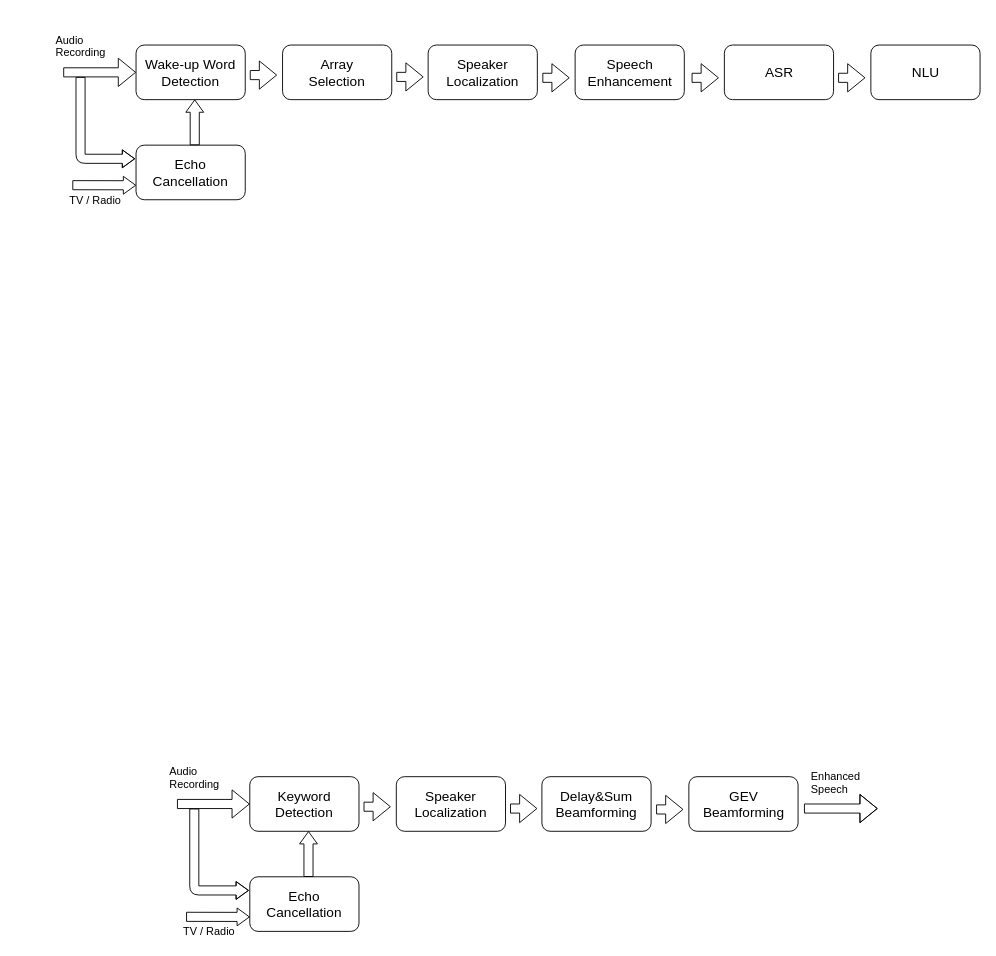
Before: page "Page-1" (1 of 2) of vocadom_doa_se.drawio in sunits/Random, a draw.io diagram. Source tidied: cells renumbered, new cells numbered last; positions are measured from the earlier drawing's top-left corner, leaving out a move shared by most shapes. Both pictures are drawn from the tidied source at 91%, with x=0, y=0 at pixel (43, 31).
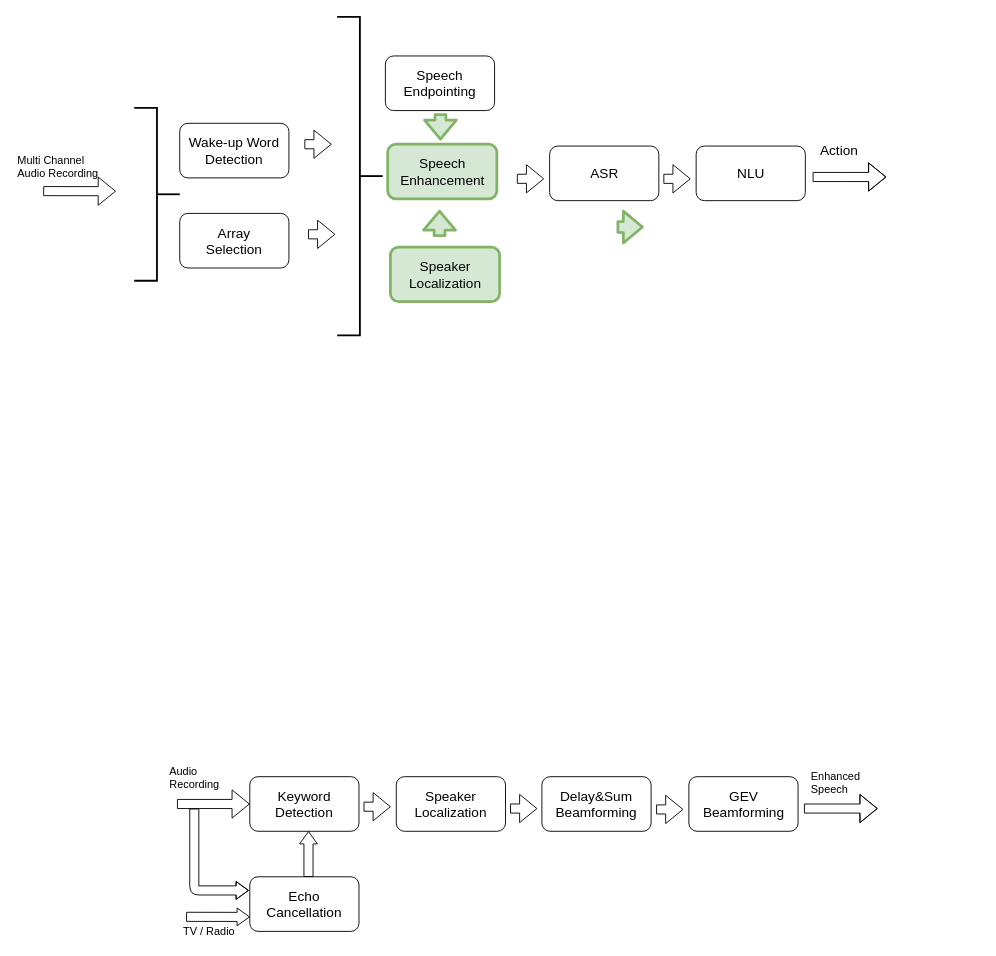
The same diagram, later.

What changed in the source:
```diff
@@
     <mxCell id="2" value="&lt;div style=&quot;font-size: 15px&quot;&gt;&lt;font style=&quot;font-size: 15px&quot;&gt;Array &lt;br&gt;&lt;/font&gt;&lt;/div&gt;&lt;div style=&quot;font-size: 15px&quot;&gt;&lt;font style=&quot;font-size: 15px&quot;&gt;Selection&lt;/font&gt;&lt;/div&gt;" style="rounded=1;whiteSpace=wrap;html=1;comic=0;" parent="1" vertex="1">
-      <mxGeometry x="263" y="15" width="120" height="60" as="geometry" />
+      <mxGeometry x="150" y="200" width="120" height="60" as="geometry" />
     </mxCell>
     <mxCell id="3" value="&lt;div style=&quot;font-size: 15px&quot;&gt;&lt;font style=&quot;font-size: 15px&quot;&gt;Wake-up Word&lt;br&gt;&lt;/font&gt;&lt;/div&gt;&lt;div style=&quot;font-size: 15px&quot;&gt;&lt;font style=&quot;font-size: 15px&quot;&gt;Detection&lt;br&gt;&lt;/font&gt;&lt;/div&gt;" style="rounded=1;whiteSpace=wrap;html=1;comic=0;" parent="1" vertex="1">
-      <mxGeometry x="102" y="15" width="120" height="60" as="geometry" />
+      <mxGeometry x="150" y="101" width="120" height="60" as="geometry" />
     </mxCell>
-    <mxCell id="4" value="&lt;div style=&quot;font-size: 15px&quot;&gt;&lt;font style=&quot;font-size: 15px&quot;&gt;Speaker&lt;/font&gt;&lt;/div&gt;&lt;div style=&quot;font-size: 15px&quot;&gt;&lt;font style=&quot;font-size: 15px&quot;&gt;Localization&lt;/font&gt;&lt;/div&gt;" style="rounded=1;whiteSpace=wrap;html=1;comic=0;" parent="1" vertex="1">
-      <mxGeometry x="423" y="15" width="120" height="60" as="geometry" />
+    <mxCell id="4" value="&lt;div style=&quot;font-size: 15px&quot;&gt;&lt;font style=&quot;font-size: 15px&quot;&gt;Speaker&lt;/font&gt;&lt;/div&gt;&lt;div style=&quot;font-size: 15px&quot;&gt;&lt;font style=&quot;font-size: 15px&quot;&gt;Localization&lt;/font&gt;&lt;/div&gt;" style="rounded=1;whiteSpace=wrap;html=1;comic=0;fillColor=#d5e8d4;strokeColor=#82b366;strokeWidth=3;" parent="1" vertex="1">
+      <mxGeometry x="381.5" y="237" width="120" height="60" as="geometry" />
     </mxCell>
-    <mxCell id="5" value="&lt;div style=&quot;font-size: 15px&quot;&gt;&lt;font style=&quot;font-size: 15px&quot;&gt;Speech &lt;br&gt;&lt;/font&gt;&lt;/div&gt;&lt;div style=&quot;font-size: 15px&quot;&gt;&lt;font style=&quot;font-size: 15px&quot;&gt;Enhancement&lt;br&gt;&lt;/font&gt;&lt;/div&gt;" style="rounded=1;whiteSpace=wrap;html=1;comic=0;" parent="1" vertex="1">
-      <mxGeometry x="584.5" y="15" width="120" height="60" as="geometry" />
+    <mxCell id="5" value="&lt;div style=&quot;font-size: 15px&quot;&gt;&lt;font style=&quot;font-size: 15px&quot;&gt;Speech &lt;br&gt;&lt;/font&gt;&lt;/div&gt;&lt;div style=&quot;font-size: 15px&quot;&gt;&lt;font style=&quot;font-size: 15px&quot;&gt;Enhancement&lt;br&gt;&lt;/font&gt;&lt;/div&gt;" style="rounded=1;whiteSpace=wrap;html=1;comic=0;fillColor=#d5e8d4;strokeColor=#82b366;strokeWidth=3;" parent="1" vertex="1">
+      <mxGeometry x="378.5" y="124" width="120" height="60" as="geometry" />
     </mxCell>
     <mxCell id="6" style="shape=flexArrow;endArrow=classic;html=1;" parent="1" edge="1">
       <mxGeometry relative="1" as="geometry">
-        <mxPoint x="227" y="48" as="sourcePoint" />
-        <mxPoint x="257" y="48" as="targetPoint" />
+        <mxPoint x="287" y="124" as="sourcePoint" />
+        <mxPoint x="317" y="124" as="targetPoint" />
       </mxGeometry>
     </mxCell>
     <mxCell id="7" style="shape=flexArrow;endArrow=classic;html=1;" parent="1" edge="1">
       <mxGeometry relative="1" as="geometry">
-        <mxPoint x="388" y="50" as="sourcePoint" />
-        <mxPoint x="418" y="50" as="targetPoint" />
+        <mxPoint x="291" y="223" as="sourcePoint" />
+        <mxPoint x="321" y="223" as="targetPoint" />
       </mxGeometry>
     </mxCell>
-    <mxCell id="8" style="shape=flexArrow;endArrow=classic;html=1;" parent="1" edge="1">
-      <mxGeometry relative="1" as="geometry">
-        <mxPoint x="548.5" y="51" as="sourcePoint" />
-        <mxPoint x="578.5" y="51" as="targetPoint" />
-      </mxGeometry>
-    </mxCell>
-    <mxCell id="9" value="&lt;font style=&quot;font-size: 15px&quot;&gt;Echo Cancellation&lt;/font&gt;" style="rounded=1;whiteSpace=wrap;html=1;comic=0;" parent="1" vertex="1">
-      <mxGeometry x="102" y="125" width="120" height="60" as="geometry" />
-    </mxCell>
-    <mxCell id="10" value="&lt;font style=&quot;font-size: 12px&quot;&gt;TV / Radio&lt;/font&gt;" style="text;html=1;strokeColor=none;fillColor=none;align=center;verticalAlign=middle;whiteSpace=wrap;rounded=0;" parent="1" vertex="1">
-      <mxGeometry y="176" width="115" height="20" as="geometry" />
-    </mxCell>
-    <mxCell id="11" style="shape=flexArrow;endArrow=classic;html=1;entryX=0;entryY=0.5;entryDx=0;entryDy=0;" parent="1" edge="1" target="3">
+    <mxCell id="11" style="shape=flexArrow;endArrow=classic;html=1;entryX=0;entryY=0.5;entryDx=0;entryDy=0;" parent="1" edge="1">
       <mxGeometry relative="1" as="geometry">
-        <mxPoint x="22" y="45" as="sourcePoint" />
+        <mxPoint y="175.5" as="sourcePoint" />
+        <mxPoint x="79.9" y="175.6" as="targetPoint" />
       </mxGeometry>
     </mxCell>
-    <mxCell id="12" style="shape=flexArrow;endArrow=classic;html=1;endWidth=8.604651162790699;endSize=4.186046511627907;exitX=0.537;exitY=0.02;exitDx=0;exitDy=0;exitPerimeter=0;entryX=0.538;entryY=1.013;entryDx=0;entryDy=0;entryPerimeter=0;" parent="1" edge="1">
-      <mxGeometry relative="1" as="geometry">
-        <mxPoint x="166.5" y="125.2" as="sourcePoint" />
-        <mxPoint x="166.5" y="74.8" as="targetPoint" />
-      </mxGeometry>
-    </mxCell>
-    <mxCell id="13" value="&lt;div&gt;&lt;font style=&quot;font-size: 12px&quot;&gt;Audio &lt;br&gt;&lt;/font&gt;&lt;/div&gt;&lt;div&gt;&lt;font style=&quot;font-size: 12px&quot;&gt;Recording&lt;/font&gt;&lt;/div&gt;" style="text;html=1;align=left;verticalAlign=top;spacingTop=-4;" parent="1" vertex="1">
-      <mxGeometry x="12" width="70" height="30" as="geometry" />
+    <mxCell id="13" value="&lt;div&gt;&lt;font style=&quot;font-size: 12px&quot;&gt;Multi Channel&amp;nbsp; &lt;br&gt;&lt;/font&gt;&lt;/div&gt;&lt;div&gt;&lt;font style=&quot;font-size: 12px&quot;&gt;Audio Recording&lt;/font&gt;&lt;/div&gt;" style="text;html=1;align=left;verticalAlign=top;spacingTop=-4;" parent="1" vertex="1">
+      <mxGeometry x="-30" y="131.5" width="100" height="30" as="geometry" />
     </mxCell>
-    <mxCell id="14" style="shape=flexArrow;endArrow=classic;html=1;endWidth=8.604651162790699;endSize=4.186046511627907;" parent="1" edge="1">
-      <mxGeometry relative="1" as="geometry">
-        <mxPoint x="41" y="50" as="sourcePoint" />
-        <mxPoint x="101" y="140" as="targetPoint" />
-        <Array as="points">
-          <mxPoint x="41" y="140" />
-        </Array>
-      </mxGeometry>
-    </mxCell>
-    <mxCell id="15" style="shape=flexArrow;endArrow=classic;html=1;endWidth=8.604651162790699;endSize=4.186046511627907;entryX=0;entryY=0.837;entryDx=0;entryDy=0;entryPerimeter=0;" parent="1" edge="1">
-      <mxGeometry relative="1" as="geometry">
-        <mxPoint x="32" y="169" as="sourcePoint" />
-        <mxPoint x="102.1" y="169.1" as="targetPoint" />
-      </mxGeometry>
-    </mxCell>
@@
     <mxCell id="32" value="&lt;div style=&quot;font-size: 15px&quot;&gt;&lt;font style=&quot;font-size: 15px&quot;&gt;ASR&lt;/font&gt;&lt;/div&gt;" style="rounded=1;whiteSpace=wrap;html=1;comic=0;" parent="1" vertex="1">
-      <mxGeometry x="748.5" y="15" width="120" height="60" as="geometry" />
+      <mxGeometry x="556.5" y="126" width="120" height="60" as="geometry" />
     </mxCell>
     <mxCell id="33" style="shape=flexArrow;endArrow=classic;html=1;" parent="1" edge="1">
       <mxGeometry relative="1" as="geometry">
-        <mxPoint x="712.5" y="51" as="sourcePoint" />
-        <mxPoint x="742.5" y="51" as="targetPoint" />
+        <mxPoint x="520.5" y="162" as="sourcePoint" />
+        <mxPoint x="550.5" y="162" as="targetPoint" />
       </mxGeometry>
     </mxCell>
     <mxCell id="34" value="&lt;div style=&quot;font-size: 15px&quot;&gt;&lt;font style=&quot;font-size: 15px&quot;&gt;NLU&lt;/font&gt;&lt;/div&gt;" style="rounded=1;whiteSpace=wrap;html=1;comic=0;" parent="1" vertex="1">
-      <mxGeometry x="909.5" y="15" width="120" height="60" as="geometry" />
+      <mxGeometry x="717.5" y="126" width="120" height="60" as="geometry" />
     </mxCell>
     <mxCell id="35" style="shape=flexArrow;endArrow=classic;html=1;" parent="1" edge="1">
       <mxGeometry relative="1" as="geometry">
-        <mxPoint x="873.5" y="51" as="sourcePoint" />
-        <mxPoint x="903.5" y="51" as="targetPoint" />
+        <mxPoint x="681.5" y="162" as="sourcePoint" />
+        <mxPoint x="711.5" y="162" as="targetPoint" />
       </mxGeometry>
     </mxCell>
+    <mxCell id="36" style="shape=flexArrow;endArrow=classic;html=1;" parent="1" edge="1">
+      <mxGeometry relative="1" as="geometry">
+        <mxPoint x="845.5" y="160" as="sourcePoint" />
+        <mxPoint x="926.5" y="160" as="targetPoint" />
+        <Array as="points">
+          <mxPoint x="878.5" y="160" />
+        </Array>
+      </mxGeometry>
+    </mxCell>
+    <mxCell id="37" value="&lt;font style=&quot;font-size: 15px&quot;&gt;Action&lt;/font&gt;" style="text;html=1;align=left;verticalAlign=top;spacingTop=-4;" parent="1" vertex="1">
+      <mxGeometry x="851.5" y="119" width="60" height="20" as="geometry" />
+    </mxCell>
+    <mxCell id="38" value="&lt;font style=&quot;font-size: 15px&quot;&gt;Speech&lt;/font&gt;&lt;div style=&quot;font-size: 15px&quot;&gt;&lt;font style=&quot;font-size: 15px&quot;&gt;Endpointing&lt;br&gt;&lt;/font&gt;&lt;/div&gt;" style="rounded=1;whiteSpace=wrap;html=1;comic=0;" parent="1" vertex="1">
+      <mxGeometry x="376" y="27" width="120" height="60" as="geometry" />
+    </mxCell>
+    <mxCell id="39" style="shape=flexArrow;endArrow=classic;html=1;fillColor=#d5e8d4;strokeColor=#82b366;strokeWidth=3;" parent="1" edge="1">
+      <mxGeometry relative="1" as="geometry">
+        <mxPoint x="435.5" y="226" as="sourcePoint" />
+        <mxPoint x="435.5" y="196" as="targetPoint" />
+      </mxGeometry>
+    </mxCell>
+    <mxCell id="40" style="shape=flexArrow;endArrow=classic;html=1;fillColor=#d5e8d4;strokeColor=#82b366;strokeWidth=3;" parent="1" edge="1">
+      <mxGeometry relative="1" as="geometry">
+        <mxPoint x="436.5" y="90" as="sourcePoint" />
+        <mxPoint x="436.5" y="120" as="targetPoint" />
+      </mxGeometry>
+    </mxCell>
+    <mxCell id="41" style="strokeWidth=2;html=1;shape=mxgraph.flowchart.annotation_2;align=left;direction=west;" parent="1" vertex="1">
+      <mxGeometry x="100" y="84" width="50" height="190" as="geometry" />
+    </mxCell>
+    <mxCell id="42" style="strokeWidth=2;html=1;shape=mxgraph.flowchart.annotation_2;align=left;direction=west;" parent="1" vertex="1">
+      <mxGeometry x="323" y="-16" width="50" height="350" as="geometry" />
+    </mxCell>
+    <mxCell id="43" style="shape=flexArrow;endArrow=classic;html=1;fillColor=#d5e8d4;strokeColor=#82b366;strokeWidth=3;" parent="1" edge="1">
+      <mxGeometry relative="1" as="geometry">
+        <mxPoint x="630" y="215" as="sourcePoint" />
+        <mxPoint x="660" y="215" as="targetPoint" />
+      </mxGeometry>
+    </mxCell>
```
